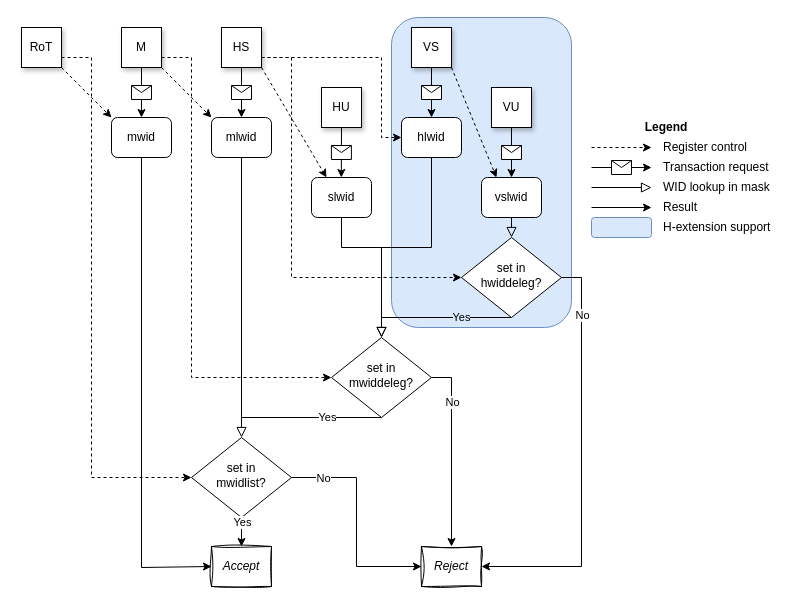
This is src/images/WorldID-smwidv.drawio from MIPS/riscv-partitioning, a draw.io file, before an edit. Source tidied: cells renumbered, new cells numbered last; positions are measured from the earlier drawing's top-left corner, leaving out a move shared by most shapes. Both pictures are drawn from the tidied source at 100%, with x=0, y=0 at pixel (21, 17).
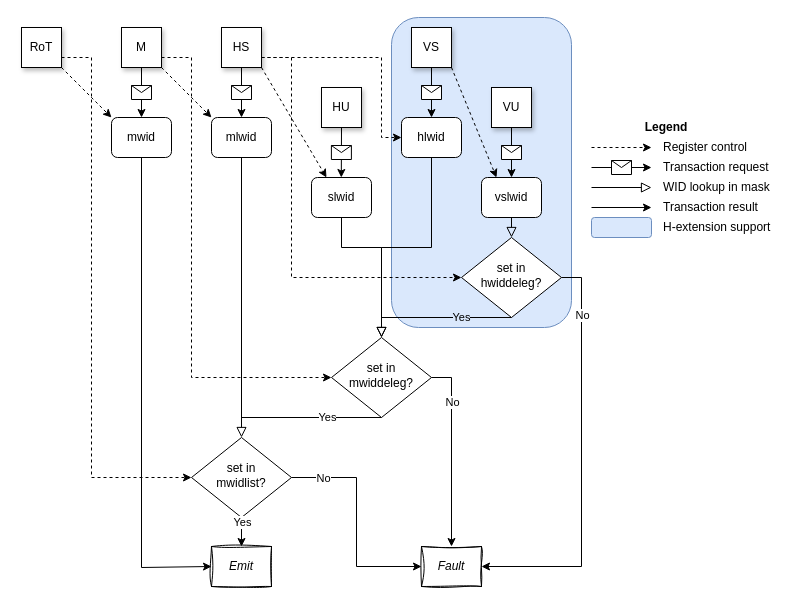
The same page after the edit.

Commit message (it also covers changes not shown here):
Change diagrams, Accept->Emit, Reject->Fault

What changed in the source:
```diff
@@
-    <mxCell id="10" value="Accept" style="rounded=0;whiteSpace=wrap;html=1;fontSize=12;glass=0;strokeWidth=1;shadow=0;sketch=1;curveFitting=1;jiggle=2;fontStyle=2;" parent="1" vertex="1">
+    <mxCell id="10" value="Emit" style="rounded=0;whiteSpace=wrap;html=1;fontSize=12;glass=0;strokeWidth=1;shadow=0;sketch=1;curveFitting=1;jiggle=2;fontStyle=2;" parent="1" vertex="1">
       <mxGeometry x="190" y="529" width="60" height="40" as="geometry" />
     </mxCell>
@@
-    <mxCell id="16" value="Reject" style="rounded=0;whiteSpace=wrap;html=1;fontSize=12;glass=0;strokeWidth=1;shadow=0;sketch=1;curveFitting=1;jiggle=2;fillColor=default;fontStyle=2;" parent="1" vertex="1">
+    <mxCell id="16" value="Fault" style="rounded=0;whiteSpace=wrap;html=1;fontSize=12;glass=0;strokeWidth=1;shadow=0;sketch=1;curveFitting=1;jiggle=2;fillColor=default;fontStyle=2;" parent="1" vertex="1">
       <mxGeometry x="400" y="529" width="60" height="40" as="geometry" />
     </mxCell>
@@
-    <mxCell id="41" value="Result" style="text;html=1;align=left;verticalAlign=middle;whiteSpace=wrap;rounded=0;" parent="1" vertex="1">
+    <mxCell id="41" value="Transaction result" style="text;html=1;align=left;verticalAlign=middle;whiteSpace=wrap;rounded=0;" parent="1" vertex="1">
       <mxGeometry x="640" y="180" width="130" height="20" as="geometry" />
     </mxCell>
```
